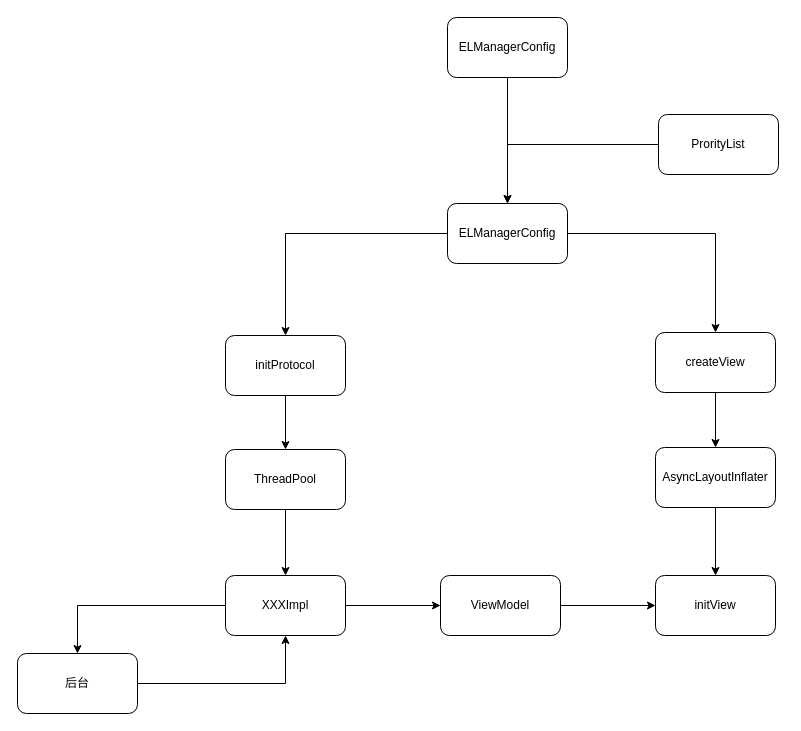
Earlier version of the draw.io diagram page "直播间优化" (1 of 2) of live_operate.drawio (cangwang/news). Source tidied: cells renumbered, new cells numbered last; positions are measured from the earlier drawing's top-left corner, leaving out a move shared by most shapes. Both pictures are drawn from the tidied source at 100%, with x=0, y=0 at pixel (17, 17).
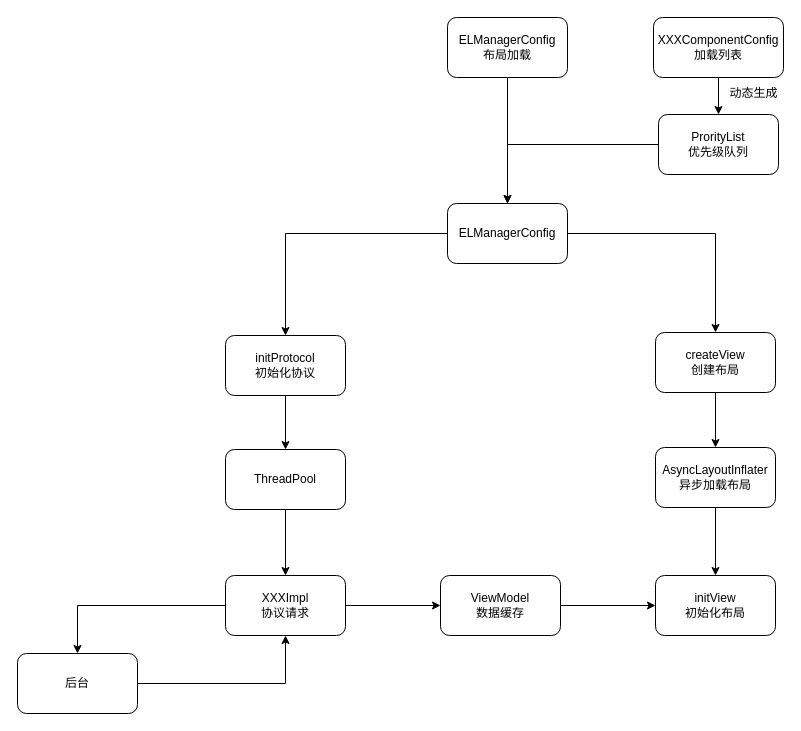
After the change.

Diff of the diagram source:
```diff
@@
-    <mxCell id="3" value="initProtocol" style="rounded=1;whiteSpace=wrap;html=1;" parent="1" vertex="1">
+    <mxCell id="3" value="initProtocol&lt;br&gt;初始化协议" style="rounded=1;whiteSpace=wrap;html=1;" parent="1" vertex="1">
       <mxGeometry x="208" y="318" width="120" height="60" as="geometry" />
     </mxCell>
@@
-    <mxCell id="5" value="createView" style="rounded=1;whiteSpace=wrap;html=1;" parent="1" vertex="1">
+    <mxCell id="5" value="createView&lt;br&gt;创建布局" style="rounded=1;whiteSpace=wrap;html=1;" parent="1" vertex="1">
       <mxGeometry x="638" y="315" width="120" height="60" as="geometry" />
     </mxCell>
@@
-    <mxCell id="8" value="XXXImpl" style="rounded=1;whiteSpace=wrap;html=1;" parent="1" vertex="1">
+    <mxCell id="8" value="XXXImpl&lt;br&gt;协议请求" style="rounded=1;whiteSpace=wrap;html=1;" parent="1" vertex="1">
       <mxGeometry x="208" y="558" width="120" height="60" as="geometry" />
     </mxCell>
-    <mxCell id="9" value="initView" style="rounded=1;whiteSpace=wrap;html=1;" parent="1" vertex="1">
+    <mxCell id="9" value="initView&lt;br&gt;初始化布局" style="rounded=1;whiteSpace=wrap;html=1;" parent="1" vertex="1">
       <mxGeometry x="638" y="558" width="120" height="60" as="geometry" />
     </mxCell>
@@
-    <mxCell id="13" value="AsyncLayoutInflater" style="rounded=1;whiteSpace=wrap;html=1;" parent="1" vertex="1">
+    <mxCell id="13" value="AsyncLayoutInflater&lt;br&gt;异步加载布局" style="rounded=1;whiteSpace=wrap;html=1;" parent="1" vertex="1">
       <mxGeometry x="638" y="430" width="120" height="60" as="geometry" />
     </mxCell>
@@
-    <mxCell id="20" value="ViewModel" style="rounded=1;whiteSpace=wrap;html=1;" parent="1" vertex="1">
+    <mxCell id="20" value="ViewModel&lt;br&gt;数据缓存" style="rounded=1;whiteSpace=wrap;html=1;" parent="1" vertex="1">
       <mxGeometry x="423" y="558" width="120" height="60" as="geometry" />
     </mxCell>
@@
-    <mxCell id="22" value="ELManagerConfig" style="rounded=1;whiteSpace=wrap;html=1;" parent="1" vertex="1">
+    <mxCell id="22" value="ELManagerConfig&lt;br&gt;布局加载" style="rounded=1;whiteSpace=wrap;html=1;" parent="1" vertex="1">
       <mxGeometry x="430" width="120" height="60" as="geometry" />
     </mxCell>
@@
-    <mxCell id="24" value="ProrityList" style="rounded=1;whiteSpace=wrap;html=1;" parent="1" vertex="1">
+    <mxCell id="24" value="ProrityList&lt;br&gt;优先级队列" style="rounded=1;whiteSpace=wrap;html=1;" parent="1" vertex="1">
       <mxGeometry x="641" y="97" width="120" height="60" as="geometry" />
     </mxCell>
+    <mxCell id="25" style="edgeStyle=orthogonalEdgeStyle;rounded=0;jettySize=auto;html=1;exitX=0.5;exitY=1;exitDx=0;exitDy=0;" parent="1" edge="1" source="26" target="24">
+      <mxGeometry relative="1" as="geometry" />
+    </mxCell>
+    <mxCell id="26" value="XXXComponentConfig&lt;br&gt;加载列表" style="rounded=1;whiteSpace=wrap;html=1;" parent="1" vertex="1">
+      <mxGeometry x="636" width="130" height="60" as="geometry" />
+    </mxCell>
+    <mxCell id="27" value="动态生成" style="text;html=1;strokeColor=none;fillColor=none;align=center;verticalAlign=middle;whiteSpace=wrap;rounded=0;" parent="1" vertex="1">
+      <mxGeometry x="707" y="66" width="59" height="20" as="geometry" />
+    </mxCell>
```
